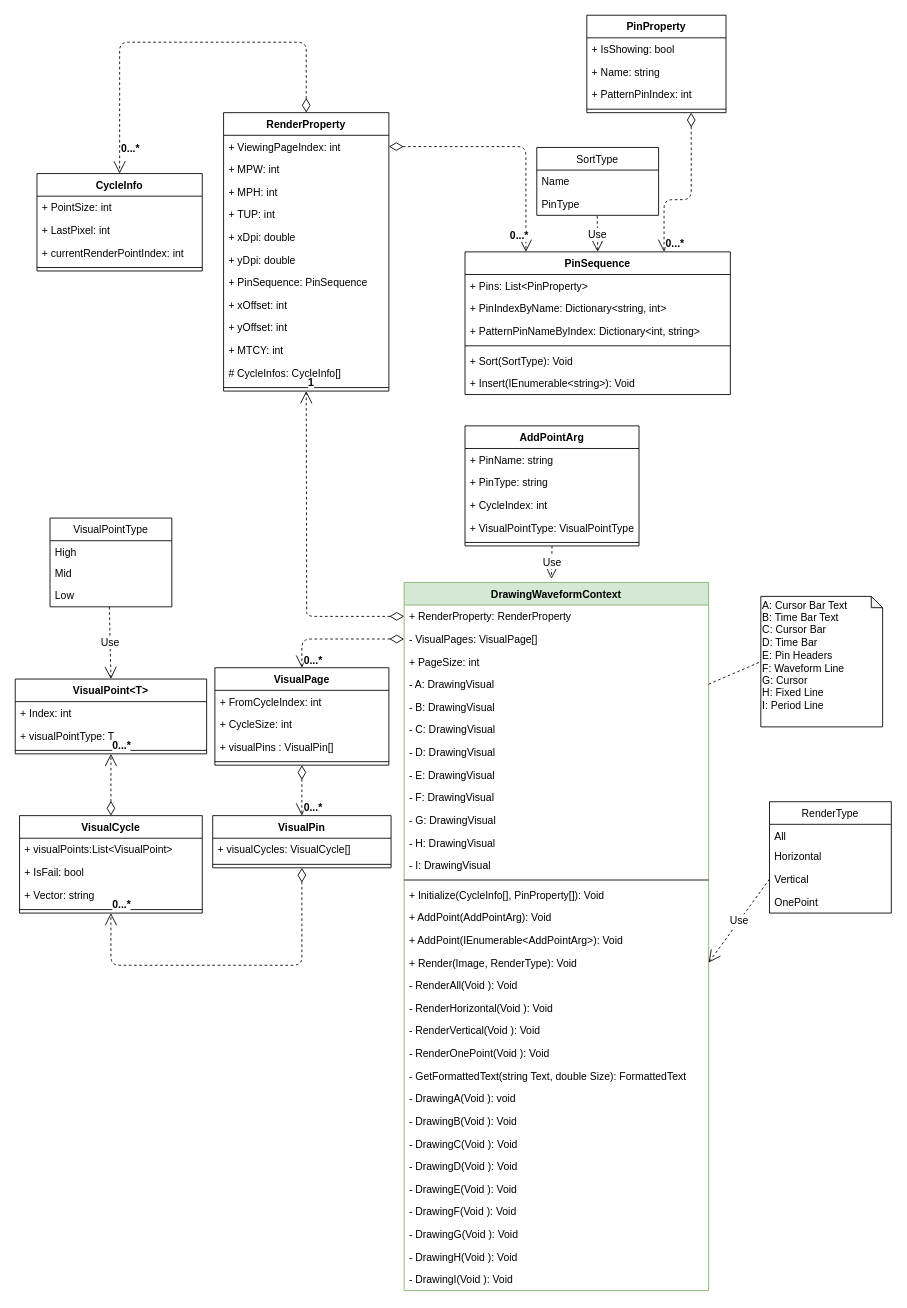
Earlier version of the draw.io diagram page "WF Class Diagram" (3 of 7) of SG9KG5/Waveform.drawio (Jasson-Chou/Software-Projects). Source tidied: cells renumbered, new cells numbered last; positions are measured from the earlier drawing's top-left corner, leaving out a move shared by most shapes. Both pictures are drawn from the tidied source at 87%, with x=0, y=0 at pixel (-23, 15).
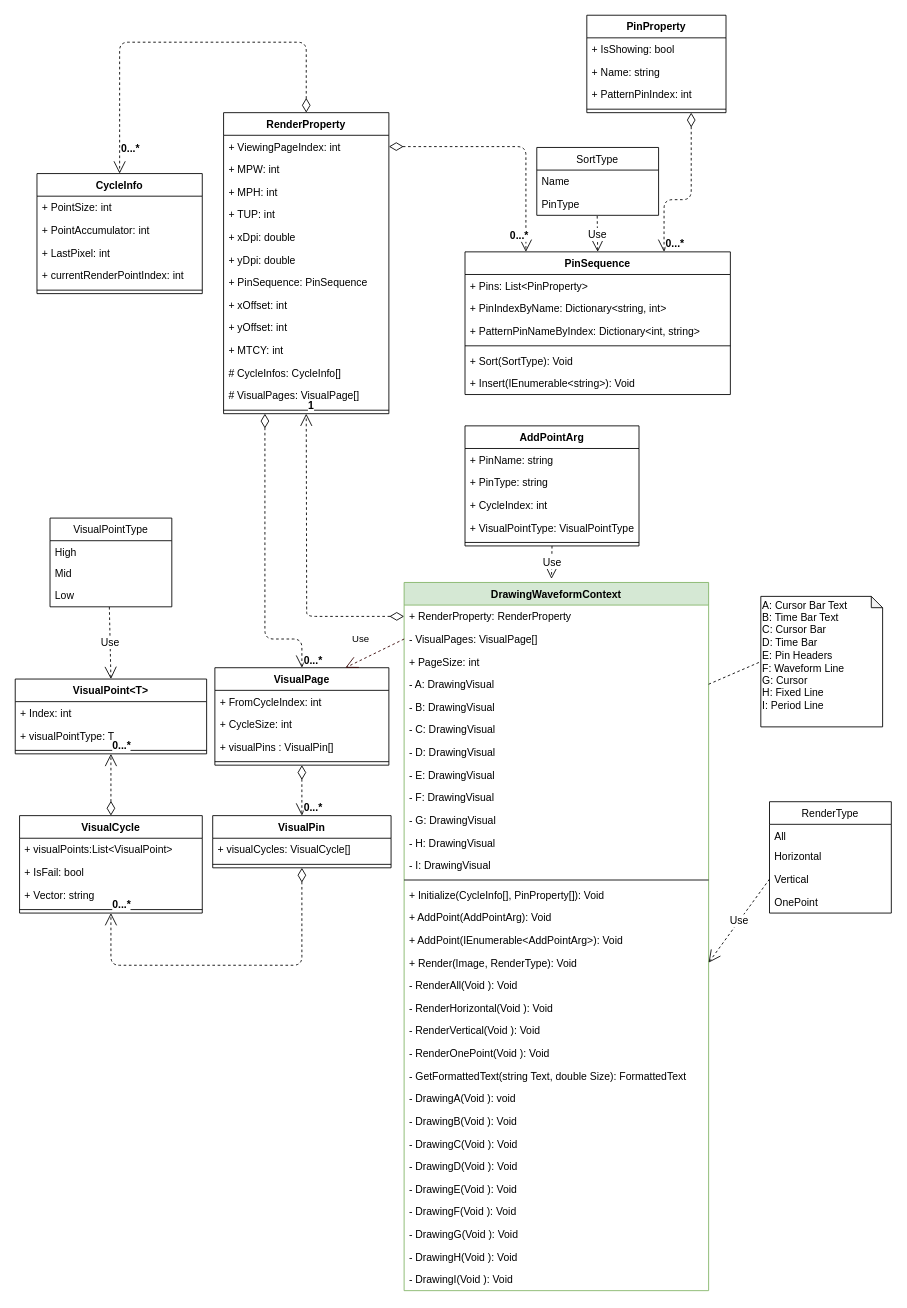
The same diagram, later.

Unchanged cells that the change refers to:
```xml
<mxCell id="4" value="- VisualPages: VisualPage[]" style="text;strokeColor=none;fillColor=none;align=left;verticalAlign=top;spacingLeft=4;spacingRight=4;overflow=hidden;points=[[0,0.5],[1,0.5]];portConstraint=eastwest;" parent="2" vertex="1">
  <mxGeometry y="52" width="350" height="26" as="geometry" />
</mxCell>
<mxCell id="34" value="VisualPage" style="swimlane;fontStyle=1;align=center;verticalAlign=top;horizontal=1;startSize=26;" parent="1" vertex="1">
  <mxGeometry x="272.5" y="750" width="200" height="112" as="geometry" />
</mxCell>
```

Diff of the diagram source:
```diff
@@
     <mxCell id="51" value="CycleInfo" style="swimlane;fontStyle=1;align=center;verticalAlign=top;horizontal=1;startSize=26;" parent="1" vertex="1">
-      <mxGeometry x="68" y="182" width="190" height="112" as="geometry" />
+      <mxGeometry x="68" y="182" width="190" height="138" as="geometry" />
     </mxCell>
@@
+    <mxCell id="113" value="+ PointAccumulator: int" style="text;strokeColor=none;fillColor=none;align=left;verticalAlign=top;spacingLeft=4;spacingRight=4;overflow=hidden;" parent="51" vertex="1">
+      <mxGeometry y="52" width="190" height="26" as="geometry" />
+    </mxCell>
     <mxCell id="53" value="+ LastPixel: int" style="text;strokeColor=none;fillColor=none;align=left;verticalAlign=top;spacingLeft=4;spacingRight=4;overflow=hidden;" parent="51" vertex="1">
-      <mxGeometry y="52" width="190" height="26" as="geometry" />
+      <mxGeometry y="78" width="190" height="26" as="geometry" />
     </mxCell>
     <mxCell id="54" value="+ currentRenderPointIndex: int" style="text;strokeColor=none;fillColor=none;align=left;verticalAlign=top;spacingLeft=4;spacingRight=4;overflow=hidden;" parent="51" vertex="1">
-      <mxGeometry y="78" width="190" height="26" as="geometry" />
+      <mxGeometry y="104" width="190" height="26" as="geometry" />
     </mxCell>
     <mxCell id="55" style="line;strokeWidth=1;fillColor=none;align=left;verticalAlign=middle;spacingTop=-1;spacingLeft=3;spacingRight=3;labelPosition=right;" parent="51" vertex="1">
-      <mxGeometry y="104" width="190" height="8" as="geometry" />
+      <mxGeometry y="130" width="190" height="8" as="geometry" />
     </mxCell>
     <mxCell id="56" value="RenderProperty" style="swimlane;fontStyle=1;align=center;verticalAlign=top;horizontal=1;startSize=26;" parent="1" vertex="1">
-      <mxGeometry x="282.5" y="112" width="190" height="320" as="geometry" />
+      <mxGeometry x="282.5" y="112" width="190" height="346" as="geometry" />
     </mxCell>
@@
+    <mxCell id="114" value="# VisualPages: VisualPage[]" style="text;strokeColor=none;fillColor=none;align=left;verticalAlign=top;spacingLeft=4;spacingRight=4;overflow=hidden;" parent="56" vertex="1">
+      <mxGeometry y="312" width="190" height="26" as="geometry" />
+    </mxCell>
     <mxCell id="68" style="line;strokeWidth=1;fillColor=none;align=left;verticalAlign=middle;spacingTop=-1;spacingLeft=3;spacingRight=3;labelPosition=right;" parent="56" vertex="1">
-      <mxGeometry y="312" width="190" height="8" as="geometry" />
+      <mxGeometry y="338" width="190" height="8" as="geometry" />
     </mxCell>
@@
-    <mxCell id="98" value="&lt;b&gt;0...*&lt;/b&gt;" style="endArrow=open;html=1;endSize=12;startArrow=diamondThin;startSize=14;startFill=0;edgeStyle=orthogonalEdgeStyle;align=left;verticalAlign=bottom;dashed=1;fontSize=12;exitX=0;exitY=0.5;exitDx=0;exitDy=0;entryX=0.5;entryY=0;entryDx=0;entryDy=0;" parent="1" edge="1" source="4" target="34">
+    <mxCell id="98" value="&lt;b&gt;0...*&lt;/b&gt;" style="endArrow=open;html=1;endSize=12;startArrow=diamondThin;startSize=14;startFill=0;edgeStyle=orthogonalEdgeStyle;align=left;verticalAlign=bottom;dashed=1;fontSize=12;exitX=0.25;exitY=1;exitDx=0;exitDy=0;entryX=0.5;entryY=0;entryDx=0;entryDy=0;" parent="1" edge="1" source="56" target="34">
       <mxGeometry x="1" relative="1" as="geometry">
         <Array as="points">
+          <mxPoint x="330" y="717" />
           <mxPoint x="373" y="717" />
         </Array>
       </mxGeometry>
     </mxCell>
@@
+    <mxCell id="115" value="Use" style="endArrow=open;endSize=12;dashed=1;html=1;entryX=0.75;entryY=0;entryDx=0;entryDy=0;exitX=0;exitY=0.5;exitDx=0;exitDy=0;strokeColor=#330000;" parent="1" edge="1" source="4" target="34">
+      <mxGeometry x="0.2" y="-22" relative="1" as="geometry" />
+    </mxCell>
```
